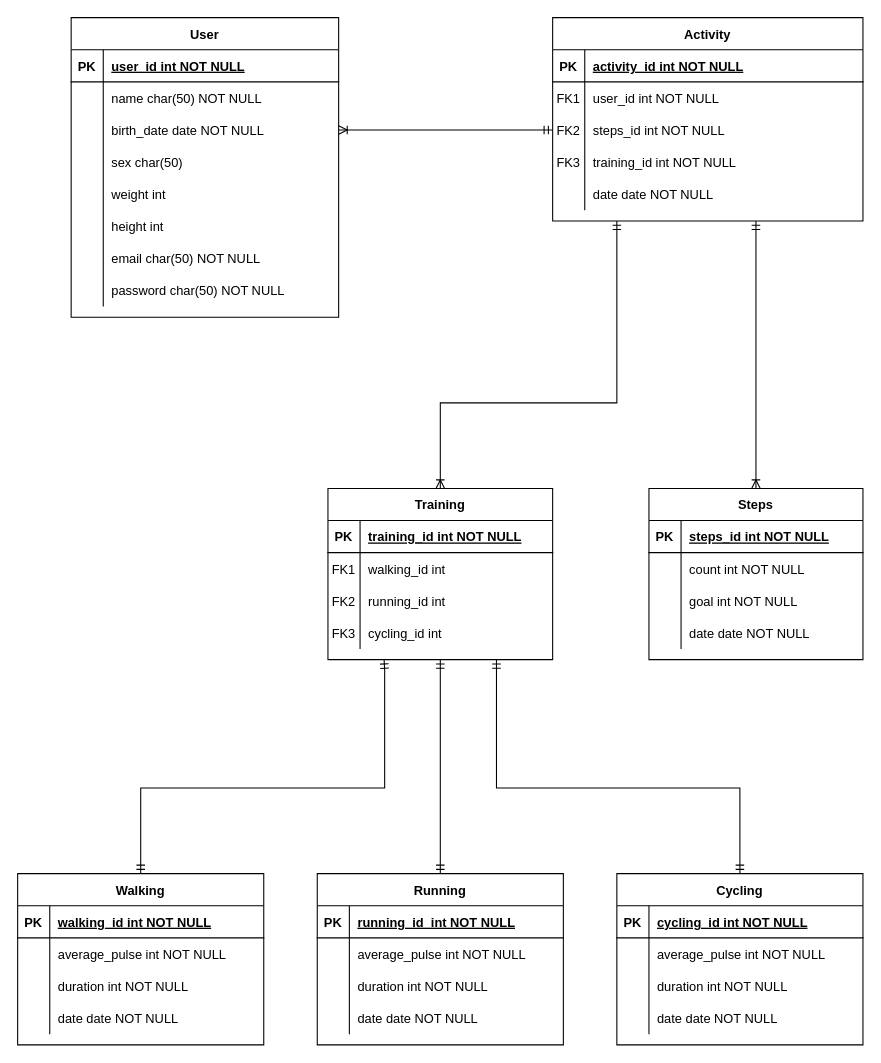
The draw.io diagram Diagrams/data-base-diagram.drawio in gawlowski-mateusz/Health-Monitor, before the edit. Source tidied: cells renumbered, new cells numbered last; positions are measured from the earlier drawing's top-left corner, leaving out a move shared by most shapes. Both pictures are drawn from the tidied source at 107%, with x=0, y=0 at pixel (17, 17).
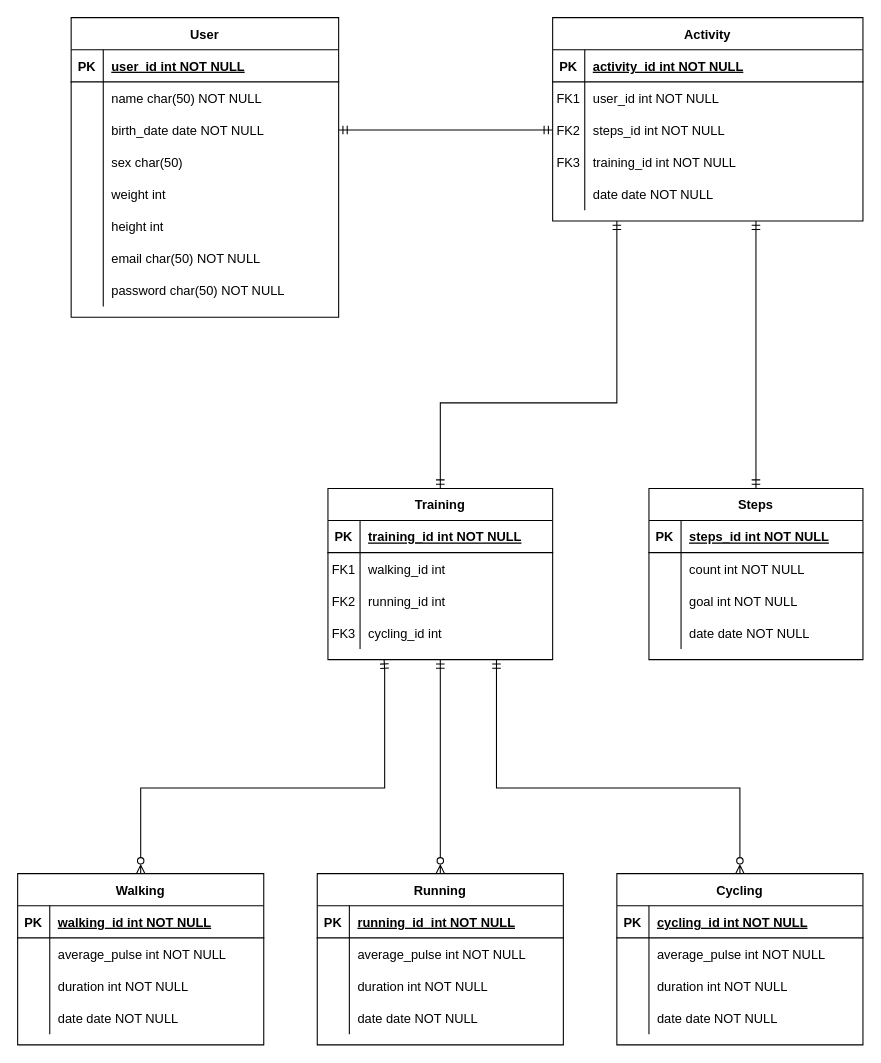
The same page after the edit.

Commit message:
Diagrams : Database model update

The change refers to these unchanged cells:
```xml
<mxCell id="9" style="shape=partialRectangle;fillColor=none;points=[[0,0.5],[1,0.5]];portConstraint=eastwest;top=0;left=0;right=0;bottom=0;" parent="2" vertex="1">
  <mxGeometry y="90" width="290" height="30" as="geometry" />
</mxCell>
<mxCell id="26" style="shape=partialRectangle;fillColor=none;points=[[0,0.5],[1,0.5]];portConstraint=eastwest;top=0;left=0;right=0;bottom=0;" parent="19" vertex="1">
  <mxGeometry y="90" width="250" height="30" as="geometry" />
</mxCell>
<mxCell id="44" value="Training" style="shape=table;startSize=30;childLayout=tableLayout;rowLines=0;fontStyle=1;align=center;" parent="1" vertex="1">
  <mxGeometry x="290" y="440" width="210" height="160" as="geometry" />
</mxCell>
<mxCell id="57" value="Steps" style="shape=table;startSize=30;childLayout=tableLayout;rowLines=0;fontStyle=1;align=center;" parent="1" vertex="1">
  <mxGeometry x="590" y="440" width="200" height="160" as="geometry" />
</mxCell>
<mxCell id="72" value="Walking" style="shape=table;startSize=30;childLayout=tableLayout;rowLines=0;fontStyle=1;align=center;" parent="1" vertex="1">
  <mxGeometry y="800" width="230" height="160" as="geometry" />
</mxCell>
<mxCell id="85" value="Running" style="shape=table;startSize=30;childLayout=tableLayout;rowLines=0;fontStyle=1;align=center;" parent="1" vertex="1">
  <mxGeometry x="280" y="800" width="230" height="160" as="geometry" />
</mxCell>
<mxCell id="98" value="Cycling" style="shape=table;startSize=30;childLayout=tableLayout;rowLines=0;fontStyle=1;align=center;" parent="1" vertex="1">
  <mxGeometry x="560" y="800" width="230" height="160" as="geometry" />
</mxCell>
```

What changed in the source:
```diff
@@
-    <mxCell id="18" style="edgeStyle=orthogonalEdgeStyle;rounded=0;jettySize=auto;html=1;entryX=0;entryY=0.5;entryDx=0;entryDy=0;startArrow=ERoneToMany;startFill=0;endArrow=ERmandOne;endFill=0;fontStyle=1;exitX=1;exitY=0.5;exitDx=0;exitDy=0;" parent="1" edge="1" source="26" target="9">
+    <mxCell id="18" style="edgeStyle=orthogonalEdgeStyle;rounded=0;jettySize=auto;html=1;entryX=0;entryY=0.5;entryDx=0;entryDy=0;startArrow=ERmandOne;startFill=0;endArrow=ERmandOne;endFill=0;fontStyle=1;exitX=1;exitY=0.5;exitDx=0;exitDy=0;" parent="1" edge="1" source="26" target="9">
       <mxGeometry relative="1" as="geometry" />
     </mxCell>
@@
-    <mxCell id="70" style="edgeStyle=orthogonalEdgeStyle;rounded=0;jettySize=auto;html=1;startArrow=ERoneToMany;startFill=0;endArrow=ERmandOne;endFill=0;fontStyle=1;exitX=0.5;exitY=0;exitDx=0;exitDy=0;" parent="1" edge="1" source="44">
+    <mxCell id="70" style="edgeStyle=orthogonalEdgeStyle;rounded=0;jettySize=auto;html=1;startArrow=ERmandOne;startFill=0;endArrow=ERmandOne;endFill=0;fontStyle=1;exitX=0.5;exitY=0;exitDx=0;exitDy=0;" parent="1" edge="1" source="44">
       <mxGeometry relative="1" as="geometry">
         <mxPoint x="560" y="190" as="targetPoint" />
         <Array as="points">
           <mxPoint x="395" y="360" />
           <mxPoint x="560" y="360" />
         </Array>
       </mxGeometry>
     </mxCell>
-    <mxCell id="71" style="edgeStyle=orthogonalEdgeStyle;rounded=0;jettySize=auto;html=1;startArrow=ERoneToMany;startFill=0;endArrow=ERmandOne;endFill=0;fontStyle=1;exitX=0.5;exitY=0;exitDx=0;exitDy=0;" parent="1" edge="1" source="57">
+    <mxCell id="71" style="edgeStyle=orthogonalEdgeStyle;rounded=0;jettySize=auto;html=1;startArrow=ERmandOne;startFill=0;endArrow=ERmandOne;endFill=0;fontStyle=1;exitX=0.5;exitY=0;exitDx=0;exitDy=0;" parent="1" edge="1" source="57">
       <mxGeometry relative="1" as="geometry">
         <mxPoint x="690" y="190" as="targetPoint" />
         <Array as="points">
           <mxPoint x="690" y="190" />
         </Array>
       </mxGeometry>
     </mxCell>
@@
-    <mxCell id="111" style="edgeStyle=orthogonalEdgeStyle;rounded=0;jettySize=auto;html=1;entryX=0.25;entryY=1;entryDx=0;entryDy=0;startArrow=ERmandOne;startFill=0;endArrow=ERmandOne;endFill=0;fontStyle=1;exitX=0.5;exitY=0;exitDx=0;exitDy=0;" parent="1" edge="1" source="72" target="44">
+    <mxCell id="111" style="edgeStyle=orthogonalEdgeStyle;rounded=0;jettySize=auto;html=1;entryX=0.25;entryY=1;entryDx=0;entryDy=0;startArrow=ERzeroToMany;startFill=0;endArrow=ERmandOne;endFill=0;fontStyle=1;exitX=0.5;exitY=0;exitDx=0;exitDy=0;" parent="1" edge="1" source="72" target="44">
       <mxGeometry relative="1" as="geometry">
         <Array as="points">
           <mxPoint x="115" y="720" />
           <mxPoint x="343" y="720" />
           <mxPoint x="343" y="610" />
         </Array>
       </mxGeometry>
     </mxCell>
-    <mxCell id="112" style="edgeStyle=orthogonalEdgeStyle;rounded=0;jettySize=auto;html=1;entryX=0.5;entryY=1;entryDx=0;entryDy=0;startArrow=ERmandOne;startFill=0;endArrow=ERmandOne;endFill=0;fontStyle=1;exitX=0.5;exitY=0;exitDx=0;exitDy=0;" parent="1" edge="1" source="85" target="44">
+    <mxCell id="112" style="edgeStyle=orthogonalEdgeStyle;rounded=0;jettySize=auto;html=1;entryX=0.5;entryY=1;entryDx=0;entryDy=0;startArrow=ERzeroToMany;startFill=0;endArrow=ERmandOne;endFill=0;fontStyle=1;exitX=0.5;exitY=0;exitDx=0;exitDy=0;" parent="1" edge="1" source="85" target="44">
       <mxGeometry relative="1" as="geometry">
         <Array as="points">
           <mxPoint x="395" y="660" />
           <mxPoint x="395" y="660" />
         </Array>
       </mxGeometry>
     </mxCell>
-    <mxCell id="113" style="edgeStyle=orthogonalEdgeStyle;rounded=0;jettySize=auto;html=1;entryX=0.75;entryY=1;entryDx=0;entryDy=0;startArrow=ERmandOne;startFill=0;endArrow=ERmandOne;endFill=0;fontStyle=1;exitX=0.5;exitY=0;exitDx=0;exitDy=0;" parent="1" edge="1" source="98" target="44">
+    <mxCell id="113" style="edgeStyle=orthogonalEdgeStyle;rounded=0;jettySize=auto;html=1;entryX=0.75;entryY=1;entryDx=0;entryDy=0;startArrow=ERzeroToMany;startFill=0;endArrow=ERmandOne;endFill=0;fontStyle=1;exitX=0.5;exitY=0;exitDx=0;exitDy=0;" parent="1" edge="1" source="98" target="44">
       <mxGeometry relative="1" as="geometry">
         <Array as="points">
           <mxPoint x="675" y="720" />
           <mxPoint x="448" y="720" />
         </Array>
       </mxGeometry>
     </mxCell>
```
